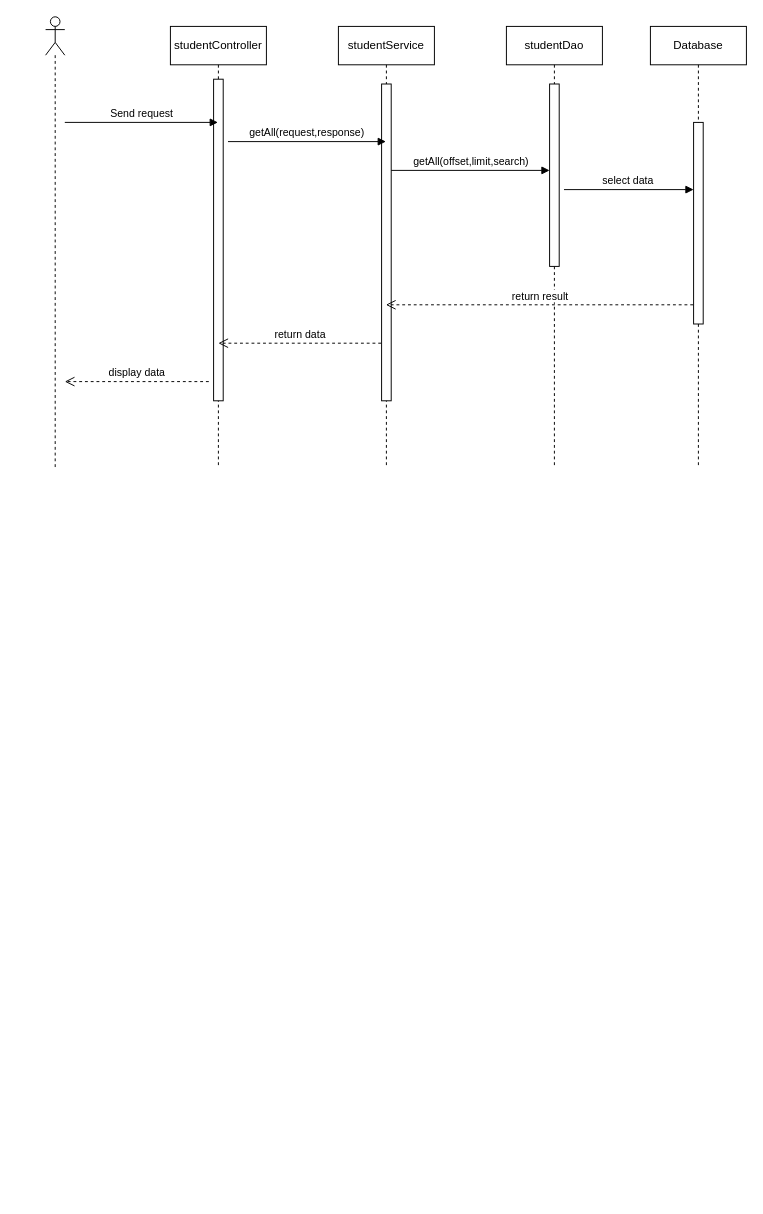
Before: page "Page-2" (2 of 17) of Untitled Diagram.drawio in sachvo/CuteXT, a draw.io diagram. Source tidied: cells renumbered, new cells numbered last; positions are measured from the earlier drawing's top-left corner, leaving out a move shared by most shapes. Both pictures are drawn from the tidied source at 96%, with x=0, y=0 at pixel (26, 16).
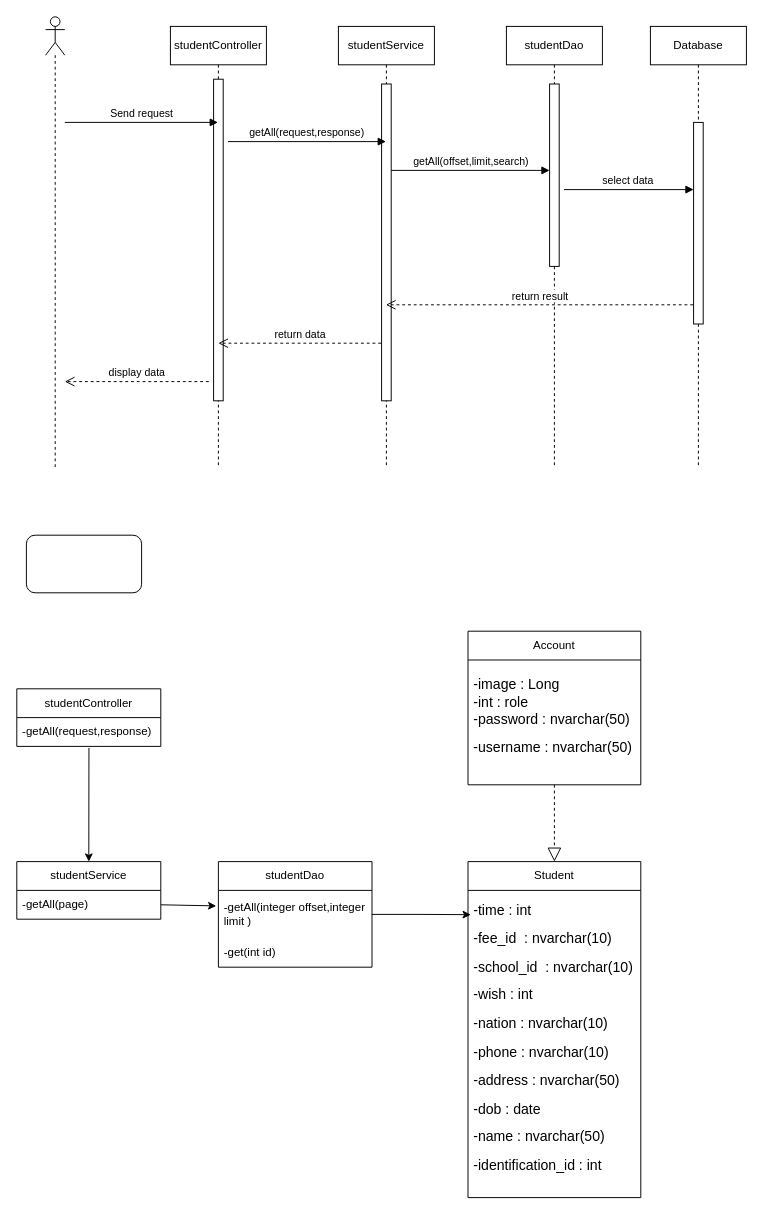
The same page after the edit.

The edit, as a diff of the source:
```diff
@@
+    <mxCell id="19" value="studentController" style="swimlane;fontStyle=0;horizontal=1;startSize=30;whiteSpace=wrap;html=1;" parent="1" vertex="1">
+      <mxGeometry x="-10" y="700" width="150" height="60" as="geometry" />
+    </mxCell>
+    <mxCell id="20" value="-getAll(request,response)" style="text;strokeColor=none;fillColor=none;align=left;verticalAlign=middle;spacingLeft=4;spacingRight=4;overflow=hidden;points=[[0,0.5],[1,0.5]];portConstraint=eastwest;whiteSpace=wrap;html=1;" parent="19" vertex="1">
+      <mxGeometry y="30" width="150" height="30" as="geometry" />
+    </mxCell>
+    <mxCell id="21" value="studentDao" style="swimlane;fontStyle=0;horizontal=1;startSize=30;whiteSpace=wrap;html=1;" parent="1" vertex="1">
+      <mxGeometry x="200" y="880" width="160" height="110" as="geometry" />
+    </mxCell>
+    <mxCell id="22" value="-getAll(integer offset,integer limit )" style="text;strokeColor=none;fillColor=none;align=left;verticalAlign=middle;spacingLeft=4;spacingRight=4;overflow=hidden;points=[[0,0.5],[1,0.5]];portConstraint=eastwest;whiteSpace=wrap;html=1;" parent="21" vertex="1">
+      <mxGeometry y="30" width="160" height="50" as="geometry" />
+    </mxCell>
+    <mxCell id="23" value="-get(int id)" style="text;strokeColor=none;fillColor=none;align=left;verticalAlign=middle;spacingLeft=4;spacingRight=4;overflow=hidden;whiteSpace=wrap;html=1;" parent="21" vertex="1">
+      <mxGeometry y="80" width="160" height="30" as="geometry" />
+    </mxCell>
+    <mxCell id="24" value="studentService" style="swimlane;fontStyle=0;horizontal=1;startSize=30;whiteSpace=wrap;html=1;" parent="1" vertex="1">
+      <mxGeometry x="-10" y="880" width="150" height="60" as="geometry" />
+    </mxCell>
+    <mxCell id="25" value="-getAll(page)" style="text;strokeColor=none;fillColor=none;align=left;verticalAlign=middle;spacingLeft=4;spacingRight=4;overflow=hidden;points=[[0,0.5],[1,0.5]];portConstraint=eastwest;whiteSpace=wrap;html=1;" parent="24" vertex="1">
+      <mxGeometry y="30" width="150" height="30" as="geometry" />
+    </mxCell>
+    <mxCell id="26" value="Account" style="swimlane;fontStyle=0;horizontal=1;startSize=30;whiteSpace=wrap;html=1;" parent="1" vertex="1">
+      <mxGeometry x="460" y="640" width="180" height="160" as="geometry" />
+    </mxCell>
+    <mxCell id="27" value="&lt;p style=&quot;line-height:1.38;margin-top:0pt;margin-bottom:0pt;&quot; dir=&quot;ltr&quot;&gt;&lt;/p&gt;&lt;p style=&quot;line-height:1.38;margin-top:0pt;margin-bottom:0pt;&quot; dir=&quot;ltr&quot;&gt;&lt;/p&gt;&lt;p style=&quot;line-height:1.38;margin-top:0pt;margin-bottom:0pt;&quot; dir=&quot;ltr&quot;&gt;&lt;/p&gt;&lt;div&gt;&lt;/div&gt;&lt;span style=&quot;font-size: 11pt; font-family: Arial, sans-serif; background-color: transparent; font-variant-numeric: normal; font-variant-east-asian: normal; font-variant-alternates: normal; font-variant-position: normal; vertical-align: baseline;&quot;&gt;-image : Long&lt;br&gt;-int : role&lt;br&gt;&lt;/span&gt;&lt;span style=&quot;font-size: 11pt; font-family: Arial, sans-serif; background-color: transparent; font-variant-numeric: normal; font-variant-east-asian: normal; font-variant-alternates: normal; font-variant-position: normal; vertical-align: baseline;&quot;&gt;-password : nvarchar(50)&amp;nbsp;&lt;/span&gt;&lt;p&gt;&lt;/p&gt;&lt;span style=&quot;font-size: 11pt; font-family: Arial, sans-serif; background-color: transparent; font-variant-numeric: normal; font-variant-east-asian: normal; font-variant-alternates: normal; font-variant-position: normal; vertical-align: baseline;&quot;&gt;-username : nvarchar(50)&amp;nbsp;&lt;/span&gt;&lt;p&gt;&lt;/p&gt;&lt;span id=&quot;docs-internal-guid-546da517-7fff-cef4-55ad-a307194a0e7b&quot;&gt;&lt;/span&gt;" style="text;strokeColor=none;fillColor=none;align=left;verticalAlign=middle;spacingLeft=4;spacingRight=4;overflow=hidden;whiteSpace=wrap;html=1;" parent="26" vertex="1">
+      <mxGeometry y="30" width="180" height="130" as="geometry" />
+    </mxCell>
+    <mxCell id="28" style="rounded=1;whiteSpace=wrap;html=1;" parent="1" vertex="1">
+      <mxGeometry y="540" width="120" height="60" as="geometry" />
+    </mxCell>
+    <mxCell id="29" value="Student" style="swimlane;fontStyle=0;horizontal=1;startSize=30;whiteSpace=wrap;html=1;" parent="1" vertex="1">
+      <mxGeometry x="460" y="880" width="180" height="350" as="geometry" />
+    </mxCell>
+    <mxCell id="30" value="&lt;p style=&quot;line-height:1.38;margin-top:0pt;margin-bottom:0pt;&quot; dir=&quot;ltr&quot;&gt;&lt;/p&gt;&lt;p style=&quot;line-height:1.38;margin-top:0pt;margin-bottom:0pt;&quot; dir=&quot;ltr&quot;&gt;&lt;/p&gt;&lt;p style=&quot;line-height:1.38;margin-top:0pt;margin-bottom:0pt;&quot; dir=&quot;ltr&quot;&gt;&lt;/p&gt;&lt;p style=&quot;line-height:1.38;margin-top:0pt;margin-bottom:0pt;&quot; dir=&quot;ltr&quot;&gt;&lt;/p&gt;&lt;p style=&quot;line-height:1.38;margin-top:0pt;margin-bottom:0pt;&quot; dir=&quot;ltr&quot;&gt;&lt;/p&gt;&lt;p style=&quot;line-height:1.38;margin-top:0pt;margin-bottom:0pt;&quot; dir=&quot;ltr&quot;&gt;&lt;/p&gt;&lt;p style=&quot;line-height:1.38;margin-top:0pt;margin-bottom:0pt;&quot; dir=&quot;ltr&quot;&gt;&lt;/p&gt;&lt;p style=&quot;line-height:1.38;margin-top:0pt;margin-bottom:0pt;&quot; dir=&quot;ltr&quot;&gt;&lt;/p&gt;&lt;p style=&quot;line-height:1.38;margin-top:0pt;margin-bottom:0pt;&quot; dir=&quot;ltr&quot;&gt;&lt;/p&gt;&lt;p style=&quot;line-height:1.38;margin-top:0pt;margin-bottom:0pt;&quot; dir=&quot;ltr&quot;&gt;&lt;/p&gt;&lt;div&gt;&lt;/div&gt;&lt;span style=&quot;font-size: 11pt; font-family: Arial, sans-serif; background-color: transparent; font-variant-numeric: normal; font-variant-east-asian: normal; font-variant-alternates: normal; font-variant-position: normal; vertical-align: baseline;&quot;&gt;-time : int &lt;/span&gt;&lt;p&gt;&lt;/p&gt;&lt;span style=&quot;font-size: 11pt; font-family: Arial, sans-serif; background-color: transparent; font-variant-numeric: normal; font-variant-east-asian: normal; font-variant-alternates: normal; font-variant-position: normal; vertical-align: baseline;&quot;&gt;-fee_id&amp;nbsp; : nvarchar(10)&lt;/span&gt;&lt;p&gt;&lt;/p&gt;&lt;span style=&quot;font-size: 11pt; font-family: Arial, sans-serif; background-color: transparent; font-variant-numeric: normal; font-variant-east-asian: normal; font-variant-alternates: normal; font-variant-position: normal; vertical-align: baseline;&quot;&gt;-school_id&amp;nbsp; : nvarchar(10)&lt;/span&gt;&lt;p&gt;&lt;/p&gt;&lt;span style=&quot;font-size: 11pt; font-family: Arial, sans-serif; background-color: transparent; font-variant-numeric: normal; font-variant-east-asian: normal; font-variant-alternates: normal; font-variant-position: normal; vertical-align: baseline;&quot;&gt;-wish : int&lt;/span&gt;&lt;p&gt;&lt;/p&gt;&lt;span style=&quot;font-size: 11pt; font-family: Arial, sans-serif; background-color: transparent; font-variant-numeric: normal; font-variant-east-asian: normal; font-variant-alternates: normal; font-variant-position: normal; vertical-align: baseline;&quot;&gt;-nation : nvarchar(10)&lt;/span&gt;&lt;p&gt;&lt;/p&gt;&lt;span style=&quot;font-size: 11pt; font-family: Arial, sans-serif; background-color: transparent; font-variant-numeric: normal; font-variant-east-asian: normal; font-variant-alternates: normal; font-variant-position: normal; vertical-align: baseline;&quot;&gt;-phone : nvarchar(10)&lt;/span&gt;&lt;p&gt;&lt;/p&gt;&lt;span style=&quot;font-size: 11pt; font-family: Arial, sans-serif; background-color: transparent; font-variant-numeric: normal; font-variant-east-asian: normal; font-variant-alternates: normal; font-variant-position: normal; vertical-align: baseline;&quot;&gt;-address : nvarchar(50)&lt;/span&gt;&lt;p&gt;&lt;/p&gt;&lt;span style=&quot;font-size: 11pt; font-family: Arial, sans-serif; background-color: transparent; font-variant-numeric: normal; font-variant-east-asian: normal; font-variant-alternates: normal; font-variant-position: normal; vertical-align: baseline;&quot;&gt;-dob : date&lt;/span&gt;&lt;p&gt;&lt;/p&gt;&lt;span style=&quot;font-size: 11pt; font-family: Arial, sans-serif; background-color: transparent; font-variant-numeric: normal; font-variant-east-asian: normal; font-variant-alternates: normal; font-variant-position: normal; vertical-align: baseline;&quot;&gt;-name : nvarchar(50)&lt;/span&gt;&lt;p&gt;&lt;/p&gt;&lt;span style=&quot;font-size: 11pt; font-family: Arial, sans-serif; background-color: transparent; font-variant-numeric: normal; font-variant-east-asian: normal; font-variant-alternates: normal; font-variant-position: normal; vertical-align: baseline;&quot;&gt;-identification_id : int&amp;nbsp;&lt;/span&gt;&lt;p&gt;&lt;/p&gt;&lt;span id=&quot;docs-internal-guid-ec875b94-7fff-324d-a60e-613ddc787041&quot;&gt;&lt;/span&gt;" style="text;strokeColor=none;fillColor=none;align=left;verticalAlign=middle;spacingLeft=4;spacingRight=4;overflow=hidden;points=[[0,0.5],[1,0.5]];portConstraint=eastwest;whiteSpace=wrap;html=1;" parent="29" vertex="1">
+      <mxGeometry y="30" width="180" height="320" as="geometry" />
+    </mxCell>
+    <mxCell id="31" style="endArrow=classic;html=1;rounded=0;exitX=0.501;exitY=1.052;exitDx=0;exitDy=0;exitPerimeter=0;entryX=0.5;entryY=0;entryDx=0;entryDy=0;" parent="1" edge="1" source="20" target="24">
+      <mxGeometry relative="1" as="geometry" />
+    </mxCell>
+    <mxCell id="32" style="endArrow=classic;html=1;rounded=0;exitX=1;exitY=0.5;exitDx=0;exitDy=0;entryX=-0.014;entryY=0.323;entryDx=0;entryDy=0;entryPerimeter=0;" parent="1" edge="1" source="25" target="22">
+      <mxGeometry relative="1" as="geometry" />
+    </mxCell>
+    <mxCell id="33" style="edgeStyle=orthogonalEdgeStyle;rounded=0;jettySize=auto;html=1;exitX=1;exitY=0.5;exitDx=0;exitDy=0;entryX=0.016;entryY=0.079;entryDx=0;entryDy=0;entryPerimeter=0;" parent="1" edge="1" source="22" target="30">
+      <mxGeometry relative="1" as="geometry" />
+    </mxCell>
+    <mxCell id="34" style="endArrow=block;dashed=1;endFill=0;endSize=12;html=1;rounded=0;entryX=0.5;entryY=0;entryDx=0;entryDy=0;" parent="1" edge="1" target="29">
+      <mxGeometry relative="1" as="geometry">
+        <mxPoint x="550" y="800" as="sourcePoint" />
+      </mxGeometry>
+    </mxCell>
```
